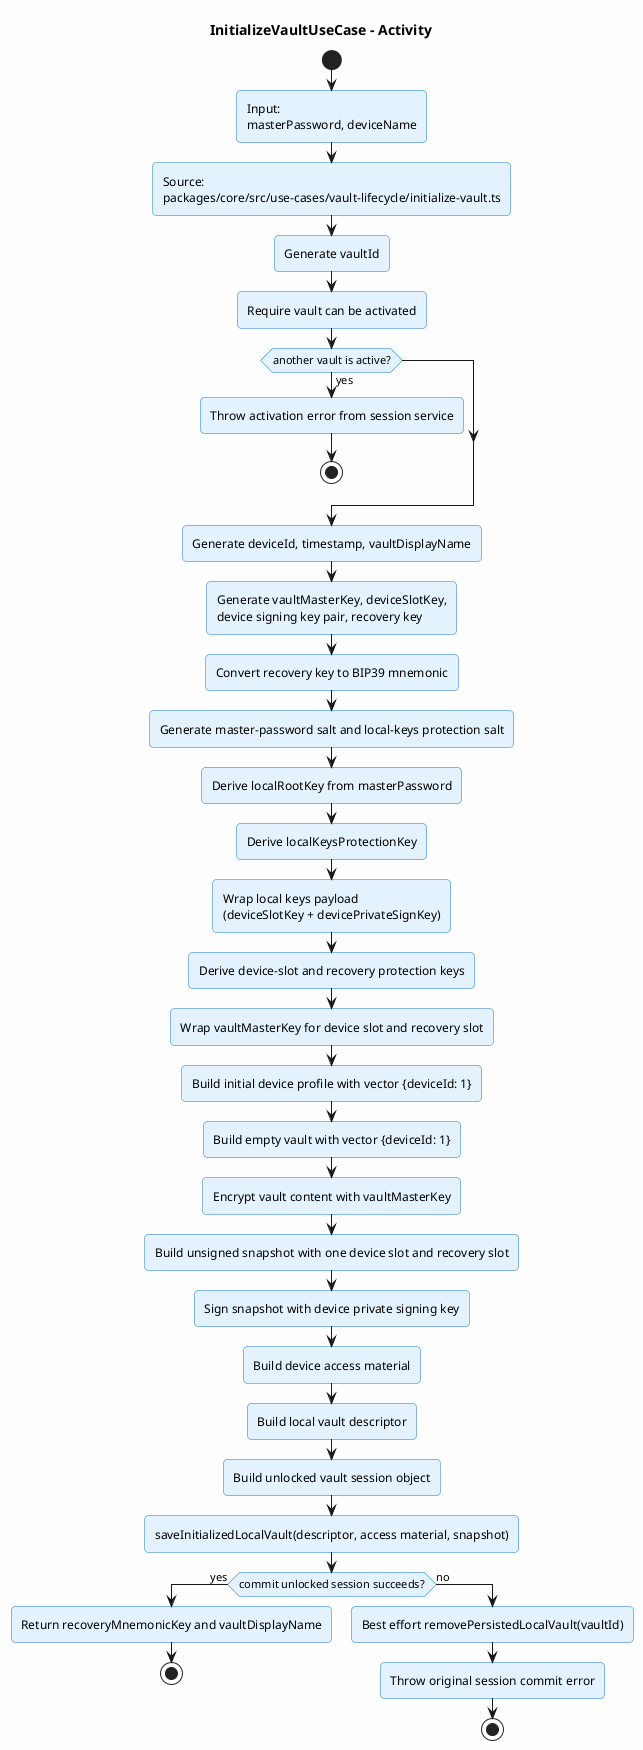
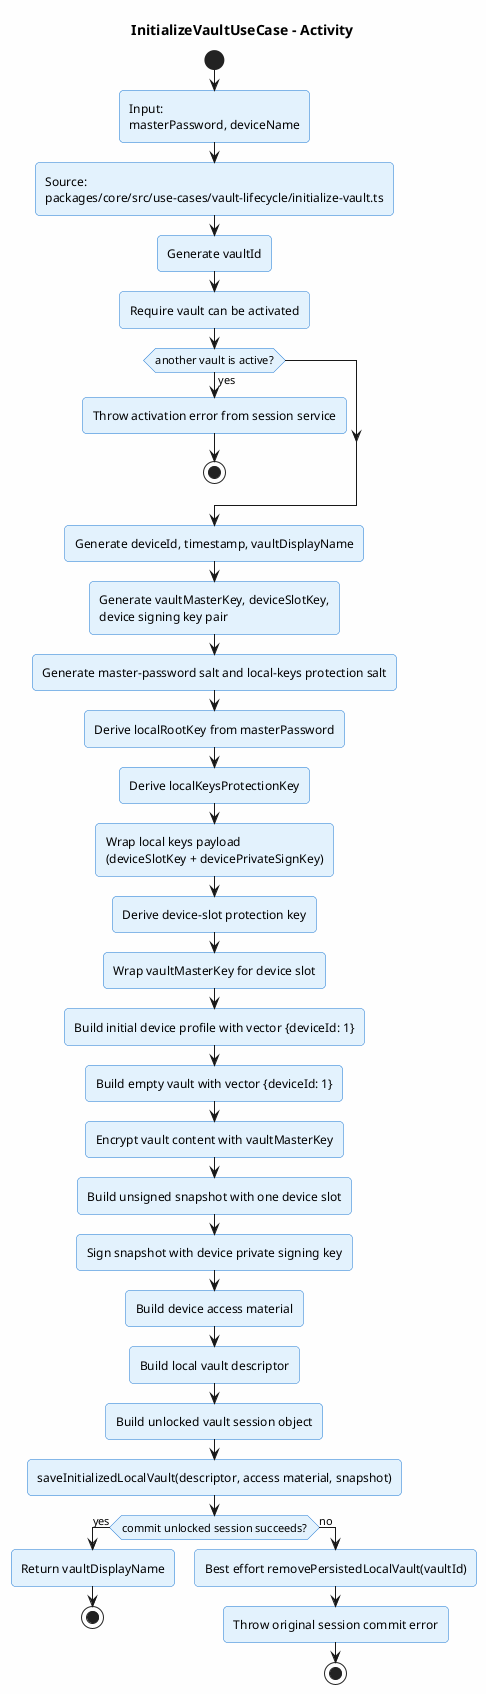
@startuml initialize-vault-activity
title InitializeVaultUseCase - Activity

skinparam backgroundColor #FEFEFE
skinparam roundcorner 8
skinparam shadowing false
skinparam activity {
  BackgroundColor #E3F2FD
  BorderColor #1976D2
}

start
:Input:\nmasterPassword, deviceName;
:Source:\npackages/core/src/use-cases/vault-lifecycle/initialize-vault.ts;
:Generate vaultId;
:Require vault can be activated;
if (another vault is active?) then (yes)
  :Throw activation error from session service;
  stop
endif

:Generate deviceId, timestamp, vaultDisplayName;
- :Generate vaultMasterKey, deviceSlotKey,\ndevice signing key pair, recovery key;
- :Convert recovery key to BIP39 mnemonic;
+ :Generate vaultMasterKey, deviceSlotKey,\ndevice signing key pair;
:Generate master-password salt and local-keys protection salt;
:Derive localRootKey from masterPassword;
:Derive localKeysProtectionKey;
:Wrap local keys payload\n(deviceSlotKey + devicePrivateSignKey);
- :Derive device-slot and recovery protection keys;
- :Wrap vaultMasterKey for device slot and recovery slot;
+ :Derive device-slot protection key;
+ :Wrap vaultMasterKey for device slot;
:Build initial device profile with vector {deviceId: 1};
:Build empty vault with vector {deviceId: 1};
:Encrypt vault content with vaultMasterKey;
- :Build unsigned snapshot with one device slot and recovery slot;
+ :Build unsigned snapshot with one device slot;
:Sign snapshot with device private signing key;
:Build device access material;
:Build local vault descriptor;
:Build unlocked vault session object;
:saveInitializedLocalVault(descriptor, access material, snapshot);

if (commit unlocked session succeeds?) then (yes)
-   :Return recoveryMnemonicKey and vaultDisplayName;
+   :Return vaultDisplayName;
  stop
else (no)
  :Best effort removePersistedLocalVault(vaultId);
  :Throw original session commit error;
  stop
endif
@enduml
